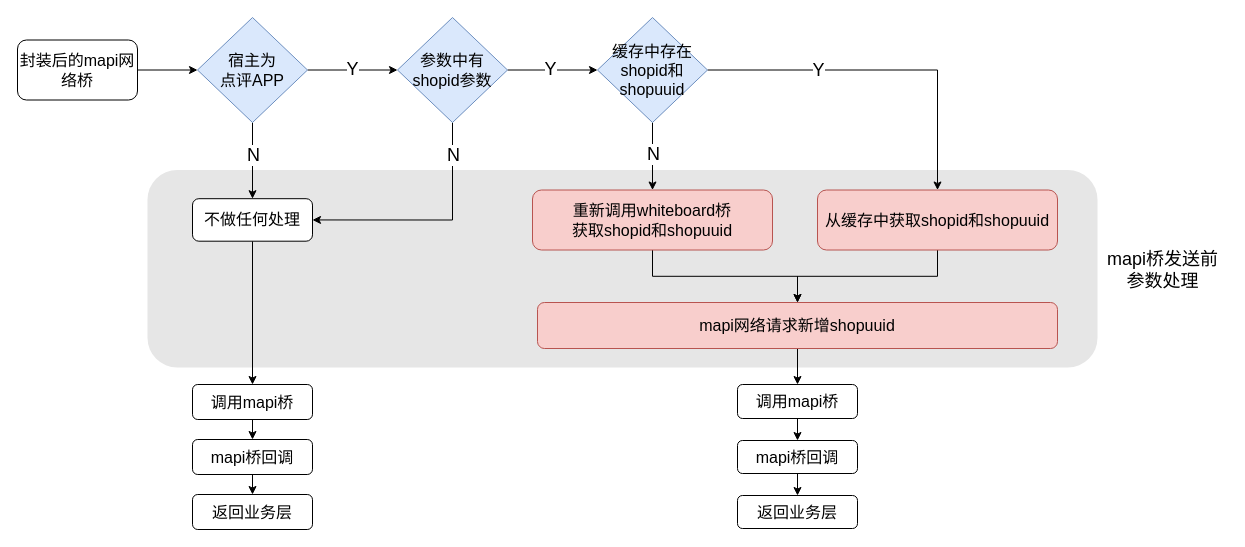
The draw.io diagram page "Page-15" (17 of 20) of 频道首页执行流程.drawio in hpk1994/shophome, before the edit. Source tidied: cells renumbered, new cells numbered last; positions are measured from the earlier drawing's top-left corner, leaving out a move shared by most shapes. Both pictures are drawn from the tidied source at 100%, with x=0, y=0 at pixel (17, 17).
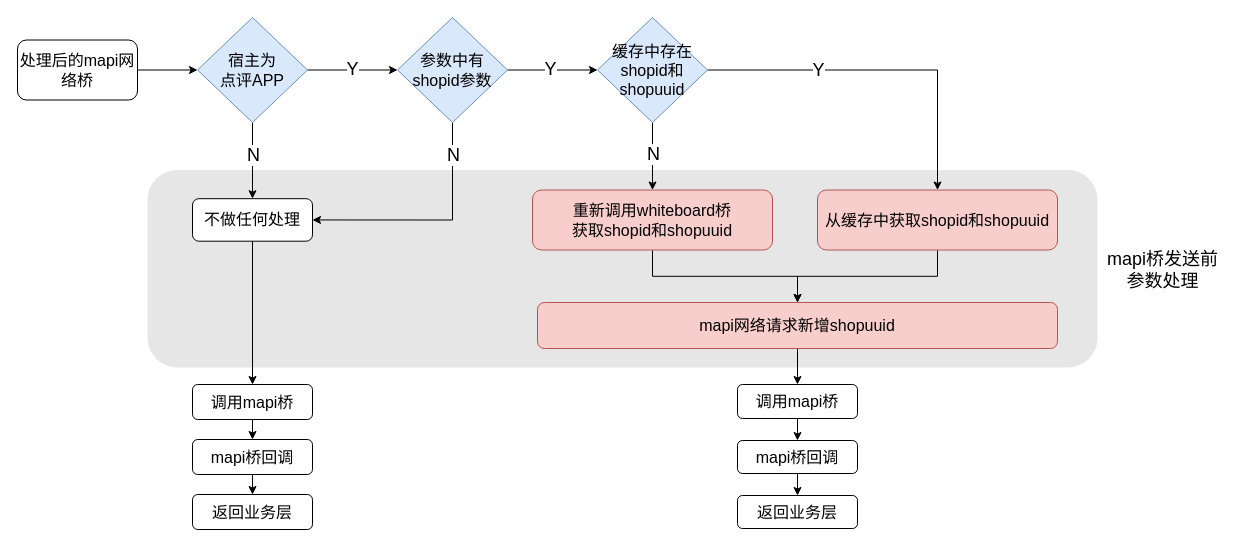
The same page after the edit.

Diff of the diagram source:
```diff
@@
-    <mxCell id="4" value="&lt;font style=&quot;font-size: 16px&quot;&gt;封装后的mapi网络桥&lt;/font&gt;" style="rounded=1;whiteSpace=wrap;html=1;" parent="1" vertex="1">
+    <mxCell id="4" value="&lt;font style=&quot;font-size: 16px&quot;&gt;处理后的mapi网络桥&lt;/font&gt;" style="rounded=1;whiteSpace=wrap;html=1;" parent="1" vertex="1">
       <mxGeometry y="22.5" width="120" height="60" as="geometry" />
     </mxCell>
```
